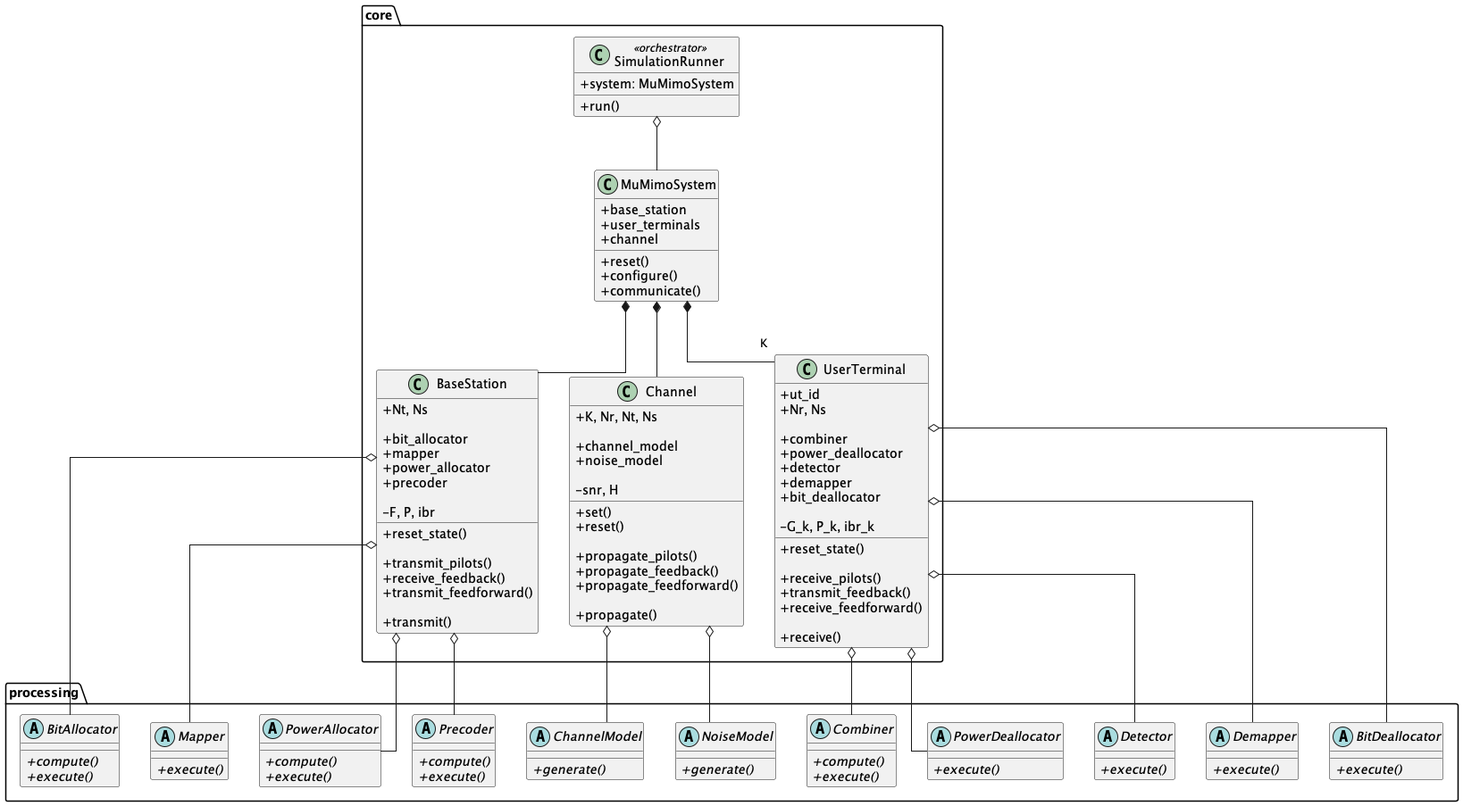
Before: docs/source/_static/mu-mimo/figures/class_diagram.png, a diagram exported from PlantUML (wannesbaes/satellite-precoding-techniques). Its diagram source:
```plantuml
@startuml class_diagram

skinparam classAttributeIconSize 0
skinparam linetype ortho
hide empty methods

package "core" {

    class SimulationRunner << orchestrator >> {
        + system: MuMimoSystem

        + run()
    }

    class MuMimoSystem {
        + base_station
        + user_terminals
        + channel

        + reset()
        + configure()
        + communicate()
    }

    class BaseStation {
        + Nt, Ns

        + bit_allocator
        + mapper
        + power_allocator
        + precoder

        - F, P, ibr

        + reset_state()

        + transmit_pilots()
        + receive_feedback()
        + transmit_feedforward()

        + transmit()
    }

    class Channel {
        + K, Nr, Nt, Ns

        + channel_model
        + noise_model

        - snr, H

        + set()
        + reset()

        + propagate_pilots()
        + propagate_feedback()
        + propagate_feedforward()

        + propagate()
    }

    class UserTerminal {

        + ut_id
        + Nr, Ns

        + combiner
        + power_deallocator
        + detector
        + demapper
        + bit_deallocator

        - G_k, P_k, ibr_k

        + reset_state()

        + receive_pilots()
        + transmit_feedback()
        + receive_feedforward()

        + receive()
    }

}

package "processing" {

    abstract class BitAllocator {
        + {abstract} compute()
        + {abstract} execute()
    }

    abstract class Mapper {
        + {abstract} execute()
    }

    abstract class PowerAllocator {
        + {abstract} compute()
        + {abstract} execute()
    }

    abstract class Precoder {
        + {abstract} compute()
        + {abstract} execute()
    }


    abstract class ChannelModel {
        + {abstract} generate()
    }

    abstract class NoiseModel {
        + {abstract} generate()
    }


    abstract class Combiner {
        + {abstract} compute()
        + {abstract} execute()
    }

    abstract class PowerDeallocator {
        + {abstract} execute()
    }

    abstract class Detector {
        + {abstract} execute()
    }

    abstract class Demapper {
        + {abstract} execute()
    }

    abstract class BitDeallocator {
        + {abstract} execute()
    }
}


SimulationRunner o-- MuMimoSystem

MuMimoSystem *-- BaseStation
MuMimoSystem *-- "K" UserTerminal
MuMimoSystem *-- Channel

BaseStation o-- BitAllocator
BaseStation o-- Mapper
BaseStation o-- PowerAllocator
BaseStation o-- Precoder

UserTerminal o-- Combiner
UserTerminal o-- PowerDeallocator
UserTerminal o-- Detector
UserTerminal o-- Demapper
UserTerminal o-- BitDeallocator

Channel o-- ChannelModel
Channel o-- NoiseModel


@enduml
```
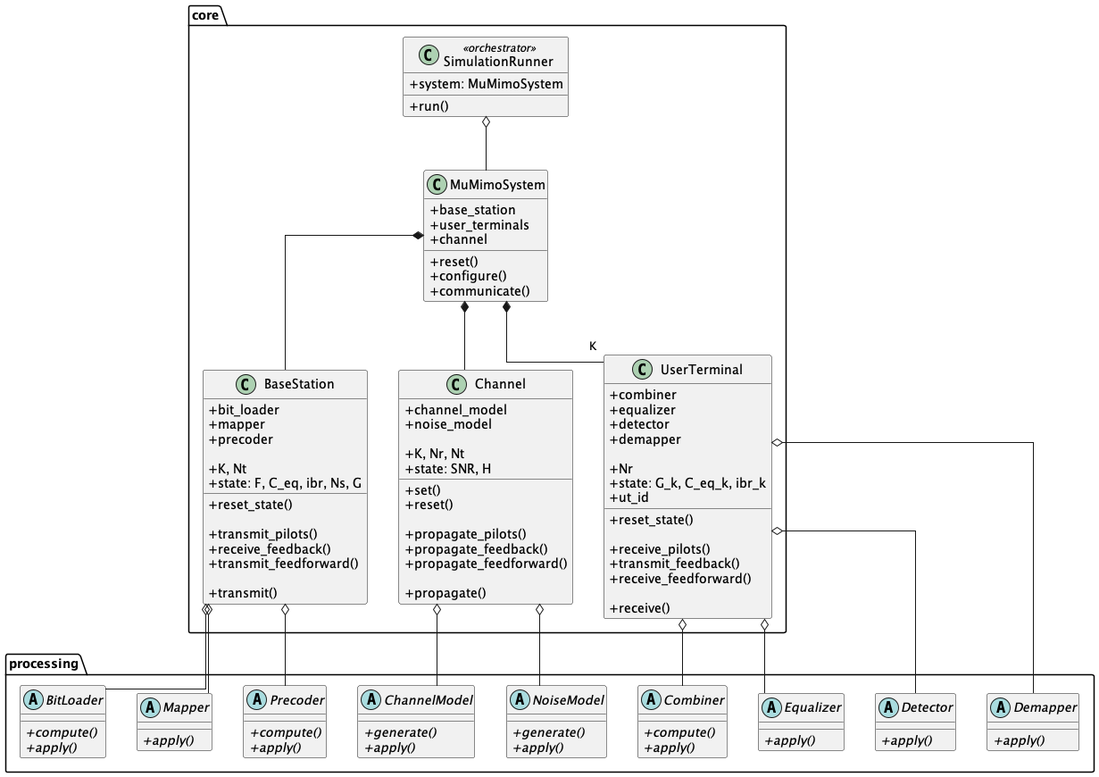
The same file after the commit.

The edit, as a diff of the source:
```diff
@@ -23,14 +23,12 @@
     }
 
     class BaseStation {
-        + Nt, Ns
-
-        + bit_allocator
+        + bit_loader
         + mapper
-        + power_allocator
         + precoder
 
-        - F, P, ibr
+        + K, Nt
+        + state: F, C_eq, ibr, Ns, G
 
         + reset_state()
 
@@ -42,12 +40,11 @@
     }
 
     class Channel {
-        + K, Nr, Nt, Ns
-
         + channel_model
         + noise_model
 
-        - snr, H
+        + K, Nr, Nt
+        + state: SNR, H
 
         + set()
         + reset()
@@ -60,17 +57,14 @@
     }
 
     class UserTerminal {
-
-        + ut_id
-        + Nr, Ns
-
         + combiner
-        + power_deallocator
+        + equalizer
         + detector
         + demapper
-        + bit_deallocator
 
-        - G_k, P_k, ibr_k
+        + Nr
+        + state: G_k, C_eq_k, ibr_k
+        + ut_id
 
         + reset_state()
 
@@ -85,54 +79,47 @@
 
 package "processing" {
 
-    abstract class BitAllocator {
+    abstract class BitLoader {
         + {abstract} compute()
-        + {abstract} execute()
+        + {abstract} apply()
     }
 
     abstract class Mapper {
-        + {abstract} execute()
-    }
-
-    abstract class PowerAllocator {
-        + {abstract} compute()
-        + {abstract} execute()
+        + {abstract} apply()
     }
 
     abstract class Precoder {
         + {abstract} compute()
-        + {abstract} execute()
+        + {abstract} apply()
     }
 
 
     abstract class ChannelModel {
         + {abstract} generate()
+        + {abstract} apply()
     }
 
     abstract class NoiseModel {
         + {abstract} generate()
+        + {abstract} apply()
     }
 
 
     abstract class Combiner {
         + {abstract} compute()
-        + {abstract} execute()
+        + {abstract} apply()
     }
 
-    abstract class PowerDeallocator {
-        + {abstract} execute()
+    abstract class Equalizer {
+        + {abstract} apply()
     }
 
     abstract class Detector {
-        + {abstract} execute()
+        + {abstract} apply()
     }
 
     abstract class Demapper {
-        + {abstract} execute()
-    }
-
-    abstract class BitDeallocator {
-        + {abstract} execute()
+        + {abstract} apply()
     }
 }
 
@@ -143,16 +130,14 @@
 MuMimoSystem *-- "K" UserTerminal
 MuMimoSystem *-- Channel
 
-BaseStation o-- BitAllocator
+BaseStation o-- BitLoader
 BaseStation o-- Mapper
-BaseStation o-- PowerAllocator
 BaseStation o-- Precoder
 
 UserTerminal o-- Combiner
-UserTerminal o-- PowerDeallocator
+UserTerminal o-- Equalizer
 UserTerminal o-- Detector
 UserTerminal o-- Demapper
-UserTerminal o-- BitDeallocator
 
 Channel o-- ChannelModel
 Channel o-- NoiseModel
```
